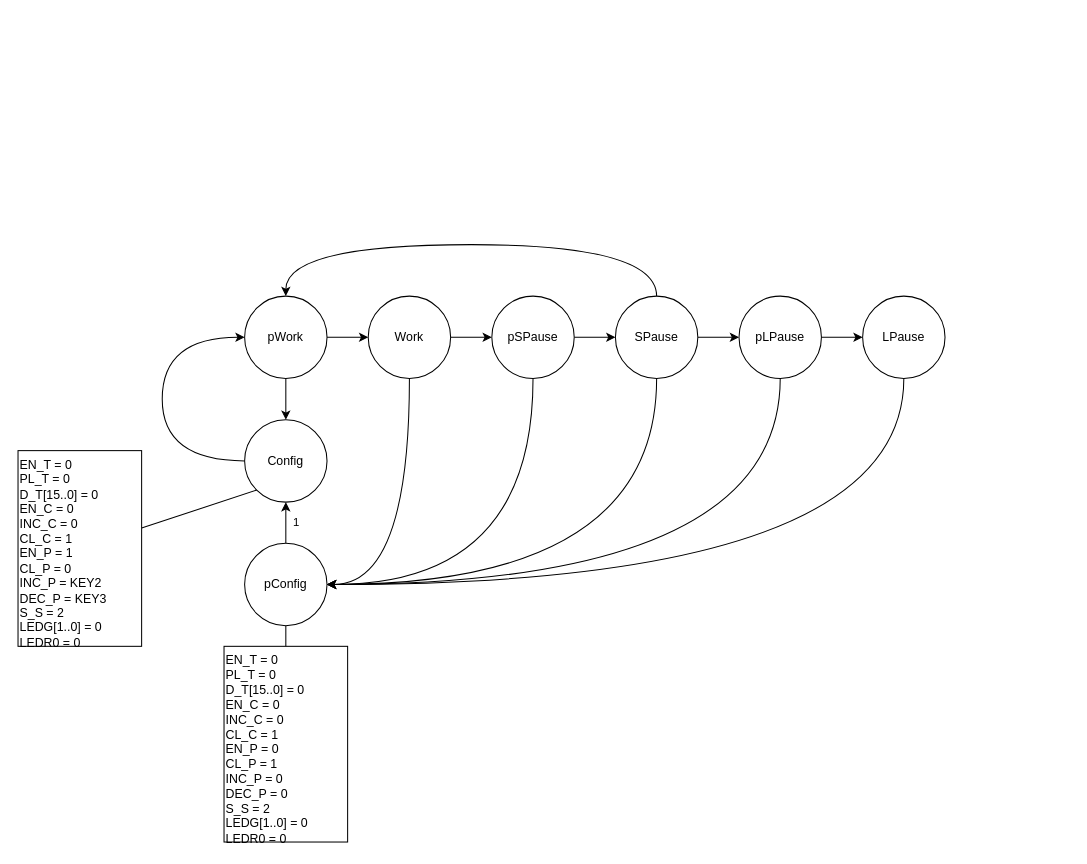
Yohannans/pythonCours keeps this draw.io diagram as Séquence.drawio. Above is the earlier version. Source tidied: cells renumbered, new cells numbered last; positions are measured from the earlier drawing's top-left corner, leaving out a move shared by most shapes. Both pictures are drawn from the tidied source at 103%, with x=0, y=0 at pixel (18, 244).
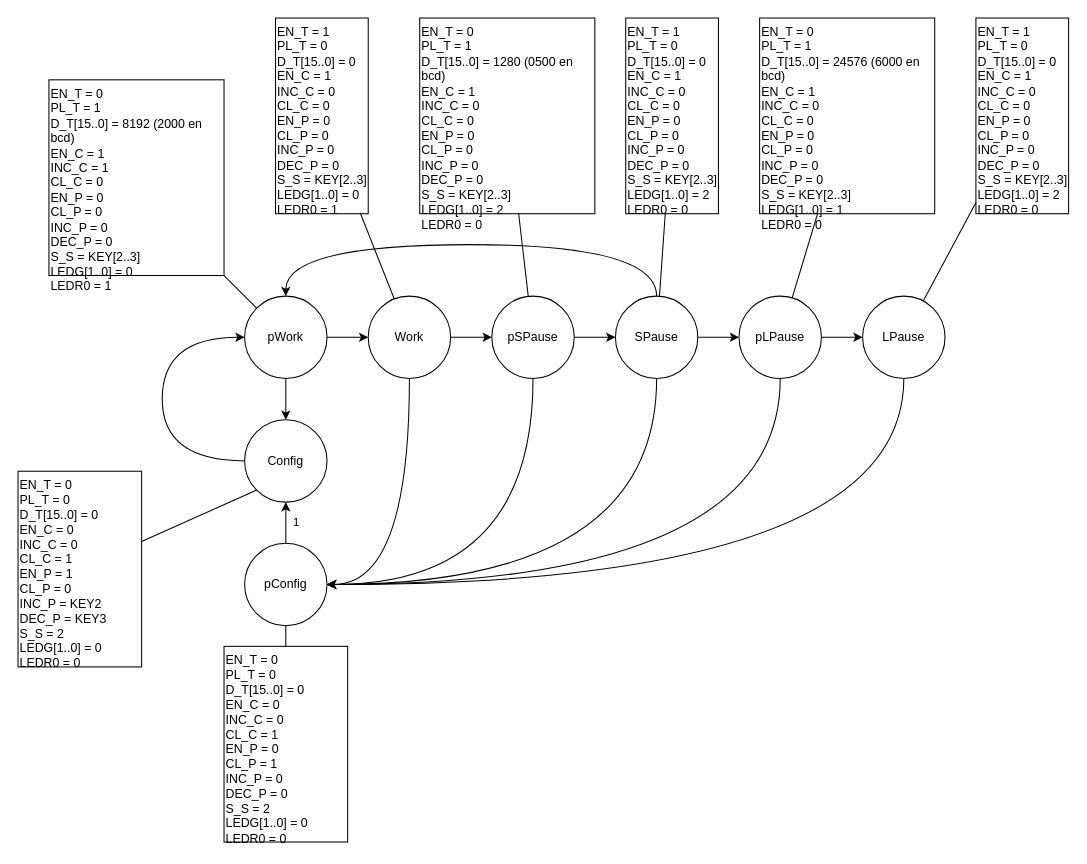
Above is the later version.

Commit message:
Mettre à jour Séquence.drawio

Unchanged cells that the change refers to:
```xml
<mxCell id="6" value="&lt;font face=&quot;Lora&quot;&gt;pWork&lt;/font&gt;" style="ellipse;whiteSpace=wrap;html=1;" parent="1" vertex="1">
  <mxGeometry x="220" y="50" width="80" height="80" as="geometry" />
</mxCell>
<mxCell id="9" value="&lt;font face=&quot;Lora&quot;&gt;Work&lt;/font&gt;" style="ellipse;whiteSpace=wrap;html=1;" parent="1" vertex="1">
  <mxGeometry x="340" y="50" width="80" height="80" as="geometry" />
</mxCell>
<mxCell id="12" value="&lt;font face=&quot;Lora&quot;&gt;pSPause&lt;/font&gt;" style="ellipse;whiteSpace=wrap;html=1;" parent="1" vertex="1">
  <mxGeometry x="460" y="50" width="80" height="80" as="geometry" />
</mxCell>
<mxCell id="15" value="&lt;font face=&quot;Lora&quot;&gt;SPause&lt;/font&gt;" style="ellipse;whiteSpace=wrap;html=1;" parent="1" vertex="1">
  <mxGeometry x="580" y="50" width="80" height="80" as="geometry" />
</mxCell>
<mxCell id="17" value="&lt;font face=&quot;Lora&quot;&gt;pLPause&lt;/font&gt;" style="ellipse;whiteSpace=wrap;html=1;" parent="1" vertex="1">
  <mxGeometry x="700" y="50" width="80" height="80" as="geometry" />
</mxCell>
<mxCell id="18" value="&lt;font face=&quot;Lora&quot;&gt;LPause&lt;/font&gt;" style="ellipse;whiteSpace=wrap;html=1;" parent="1" vertex="1">
  <mxGeometry x="820" y="50" width="80" height="80" as="geometry" />
</mxCell>
```

What changed in the source:
```diff
@@
     <mxCell id="23" value="EN_T = 0&lt;div&gt;PL_T = 0&lt;/div&gt;&lt;div&gt;D_T[15..0] = 0&lt;/div&gt;&lt;div&gt;EN_C = 0&lt;/div&gt;&lt;div&gt;INC_C = 0&lt;/div&gt;&lt;div&gt;CL_C = 1&lt;/div&gt;&lt;div&gt;EN_P = 1&lt;/div&gt;&lt;div&gt;CL_P = 0&lt;/div&gt;&lt;div&gt;INC_P = KEY2&lt;/div&gt;&lt;div&gt;DEC_P = KEY3&lt;/div&gt;&lt;div&gt;S_S = 2&lt;/div&gt;&lt;div&gt;LEDG[1..0] = 0&lt;/div&gt;&lt;div&gt;LEDR0 = 0&lt;/div&gt;" style="rounded=0;whiteSpace=wrap;html=1;align=left;verticalAlign=top;fontFamily=Lora;" parent="1" vertex="1">
-      <mxGeometry y="200" width="120" height="190" as="geometry" />
+      <mxGeometry y="220" width="120" height="190" as="geometry" />
     </mxCell>
@@
+    <mxCell id="28" style="rounded=0;jettySize=auto;html=1;exitX=1;exitY=1;exitDx=0;exitDy=0;entryX=0;entryY=0;entryDx=0;entryDy=0;endArrow=none;endFill=0;" parent="1" edge="1" source="29" target="6">
+      <mxGeometry relative="1" as="geometry" />
+    </mxCell>
+    <mxCell id="29" value="EN_T = 0&lt;div&gt;PL_T = 1&lt;/div&gt;&lt;div&gt;D_T[15..0] =&amp;nbsp;8192 (2000 en bcd)&lt;/div&gt;&lt;div&gt;EN_C = 1&lt;/div&gt;&lt;div&gt;INC_C = 1&lt;/div&gt;&lt;div&gt;CL_C = 0&lt;/div&gt;&lt;div&gt;EN_P = 0&lt;/div&gt;&lt;div&gt;CL_P = 0&lt;/div&gt;&lt;div&gt;INC_P = 0&lt;/div&gt;&lt;div&gt;DEC_P = 0&lt;/div&gt;&lt;div&gt;S_S = KEY[2..3]&lt;/div&gt;&lt;div&gt;LEDG[1..0] = 0&lt;/div&gt;&lt;div&gt;LEDR0 = 1&lt;/div&gt;" style="rounded=0;whiteSpace=wrap;html=1;align=left;verticalAlign=top;fontFamily=Lora;" parent="1" vertex="1">
+      <mxGeometry x="30" y="-160" width="170" height="190" as="geometry" />
+    </mxCell>
+    <mxCell id="30" style="rounded=0;jettySize=auto;html=1;endArrow=none;endFill=0;" parent="1" edge="1" source="31" target="9">
+      <mxGeometry relative="1" as="geometry" />
+    </mxCell>
+    <mxCell id="31" value="EN_T = 1&lt;div&gt;PL_T = 0&lt;/div&gt;&lt;div&gt;D_T[15..0] = 0&lt;/div&gt;&lt;div&gt;EN_C = 1&lt;/div&gt;&lt;div&gt;INC_C = 0&lt;/div&gt;&lt;div&gt;CL_C = 0&lt;/div&gt;&lt;div&gt;EN_P = 0&lt;/div&gt;&lt;div&gt;CL_P = 0&lt;/div&gt;&lt;div&gt;INC_P = 0&lt;/div&gt;&lt;div&gt;DEC_P = 0&lt;/div&gt;&lt;div&gt;S_S = KEY[2..3]&lt;/div&gt;&lt;div&gt;LEDG[1..0] = 0&lt;/div&gt;&lt;div&gt;LEDR0 = 1&lt;/div&gt;" style="rounded=0;whiteSpace=wrap;html=1;align=left;verticalAlign=top;fontFamily=Lora;" parent="1" vertex="1">
+      <mxGeometry x="250" y="-220" width="90" height="190" as="geometry" />
+    </mxCell>
+    <mxCell id="32" value="EN_T = 0&lt;div&gt;PL_T = 1&lt;/div&gt;&lt;div&gt;D_T[15..0] =&amp;nbsp;1280 (0500 en bcd)&lt;/div&gt;&lt;div&gt;EN_C = 1&lt;/div&gt;&lt;div&gt;INC_C = 0&lt;/div&gt;&lt;div&gt;CL_C = 0&lt;/div&gt;&lt;div&gt;EN_P = 0&lt;/div&gt;&lt;div&gt;CL_P = 0&lt;/div&gt;&lt;div&gt;INC_P = 0&lt;/div&gt;&lt;div&gt;DEC_P = 0&lt;/div&gt;&lt;div&gt;S_S = KEY[2..3]&lt;/div&gt;&lt;div&gt;LEDG[1..0] = 2&lt;/div&gt;&lt;div&gt;LEDR0 = 0&lt;/div&gt;" style="rounded=0;whiteSpace=wrap;html=1;align=left;verticalAlign=top;fontFamily=Lora;" parent="1" vertex="1">
+      <mxGeometry x="390" y="-220" width="170" height="190" as="geometry" />
+    </mxCell>
+    <mxCell id="33" style="rounded=0;jettySize=auto;html=1;endArrow=none;endFill=0;" parent="1" edge="1" source="32" target="12">
+      <mxGeometry relative="1" as="geometry" />
+    </mxCell>
+    <mxCell id="34" value="EN_T = 1&lt;div&gt;PL_T = 0&lt;/div&gt;&lt;div&gt;D_T[15..0] = 0&lt;/div&gt;&lt;div&gt;EN_C = 1&lt;/div&gt;&lt;div&gt;INC_C = 0&lt;/div&gt;&lt;div&gt;CL_C = 0&lt;/div&gt;&lt;div&gt;EN_P = 0&lt;/div&gt;&lt;div&gt;CL_P = 0&lt;/div&gt;&lt;div&gt;INC_P = 0&lt;/div&gt;&lt;div&gt;DEC_P = 0&lt;/div&gt;&lt;div&gt;S_S = KEY[2..3]&lt;/div&gt;&lt;div&gt;LEDG[1..0] = 2&lt;/div&gt;&lt;div&gt;LEDR0 = 0&lt;/div&gt;" style="rounded=0;whiteSpace=wrap;html=1;align=left;verticalAlign=top;fontFamily=Lora;" parent="1" vertex="1">
+      <mxGeometry x="590" y="-220" width="90" height="190" as="geometry" />
+    </mxCell>
+    <mxCell id="35" style="rounded=0;jettySize=auto;html=1;endArrow=none;endFill=0;" parent="1" edge="1" source="34" target="15">
+      <mxGeometry relative="1" as="geometry" />
+    </mxCell>
+    <mxCell id="36" style="rounded=0;jettySize=auto;html=1;endArrow=none;endFill=0;" parent="1" edge="1" source="37" target="17">
+      <mxGeometry relative="1" as="geometry" />
+    </mxCell>
+    <mxCell id="37" value="EN_T = 0&lt;div&gt;PL_T = 1&lt;/div&gt;&lt;div&gt;D_T[15..0] = 24576&amp;nbsp;(6000 en bcd)&lt;/div&gt;&lt;div&gt;EN_C = 1&lt;/div&gt;&lt;div&gt;INC_C = 0&lt;/div&gt;&lt;div&gt;CL_C = 0&lt;/div&gt;&lt;div&gt;EN_P = 0&lt;/div&gt;&lt;div&gt;CL_P = 0&lt;/div&gt;&lt;div&gt;INC_P = 0&lt;/div&gt;&lt;div&gt;DEC_P = 0&lt;/div&gt;&lt;div&gt;S_S = KEY[2..3]&lt;/div&gt;&lt;div&gt;LEDG[1..0] = 1&lt;/div&gt;&lt;div&gt;LEDR0 = 0&lt;/div&gt;" style="rounded=0;whiteSpace=wrap;html=1;align=left;verticalAlign=top;fontFamily=Lora;" parent="1" vertex="1">
+      <mxGeometry x="720" y="-220" width="170" height="190" as="geometry" />
+    </mxCell>
+    <mxCell id="38" value="EN_T = 1&lt;div&gt;PL_T = 0&lt;/div&gt;&lt;div&gt;D_T[15..0] = 0&lt;/div&gt;&lt;div&gt;EN_C = 1&lt;/div&gt;&lt;div&gt;INC_C = 0&lt;/div&gt;&lt;div&gt;CL_C = 0&lt;/div&gt;&lt;div&gt;EN_P = 0&lt;/div&gt;&lt;div&gt;CL_P = 0&lt;/div&gt;&lt;div&gt;INC_P = 0&lt;/div&gt;&lt;div&gt;DEC_P = 0&lt;/div&gt;&lt;div&gt;S_S = KEY[2..3]&lt;/div&gt;&lt;div&gt;LEDG[1..0] = 2&lt;/div&gt;&lt;div&gt;LEDR0 = 0&lt;/div&gt;" style="rounded=0;whiteSpace=wrap;html=1;align=left;verticalAlign=top;fontFamily=Lora;" parent="1" vertex="1">
+      <mxGeometry x="930" y="-220" width="90" height="190" as="geometry" />
+    </mxCell>
+    <mxCell id="39" style="rounded=0;jettySize=auto;html=1;endArrow=none;endFill=0;" parent="1" edge="1" source="38" target="18">
+      <mxGeometry relative="1" as="geometry" />
+    </mxCell>
```
